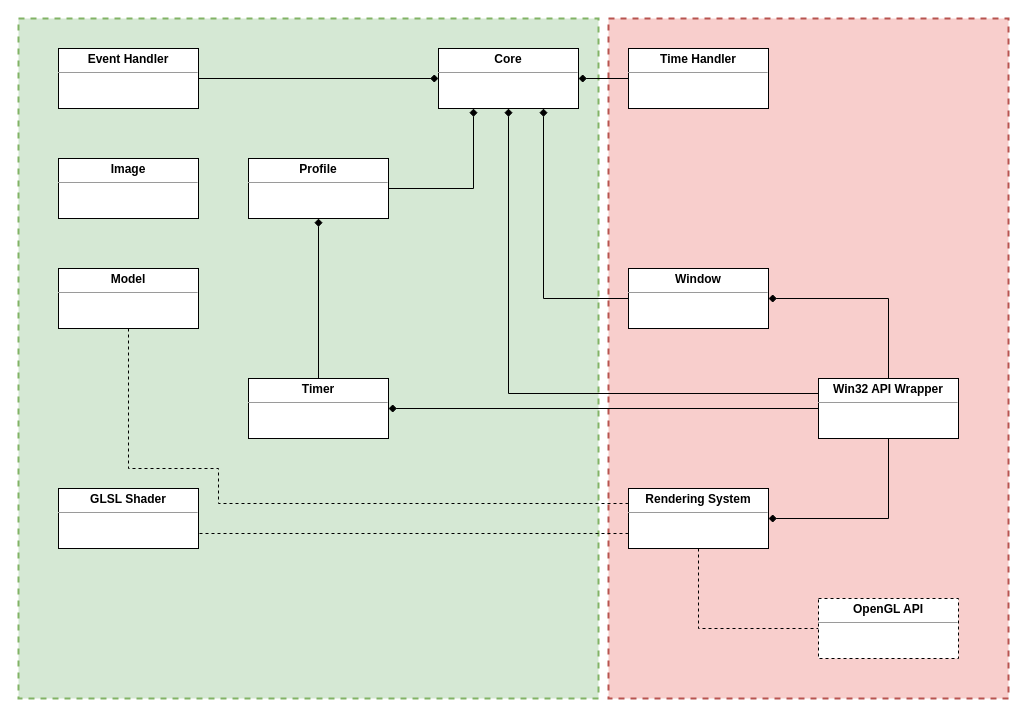
Earlier version of the draw.io diagram _docs/k-engine-classes.drawio (Keshizin/k-engine). Source tidied: cells renumbered, new cells numbered last; positions are measured from the earlier drawing's top-left corner, leaving out a move shared by most shapes. Both pictures are drawn from the tidied source at 100%, with x=0, y=0 at pixel (18, 18).
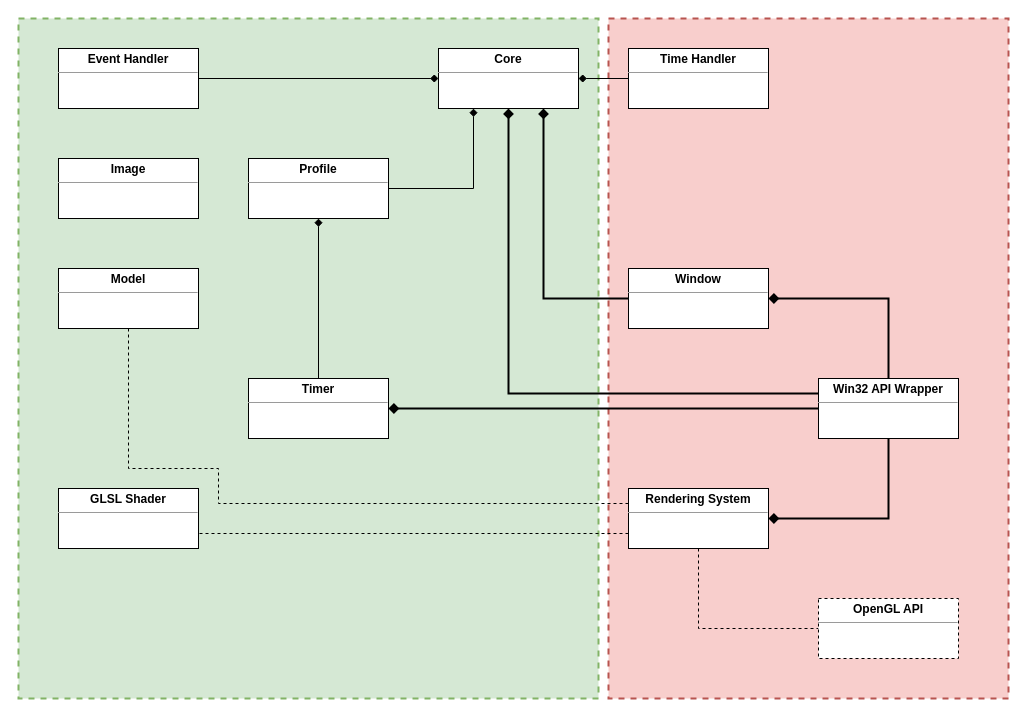
The same page after the edit.

Unchanged cells that the change refers to:
```xml
<mxCell id="4" value="&lt;p style=&quot;margin: 0px ; margin-top: 4px ; text-align: center&quot;&gt;&lt;b&gt;Core&lt;/b&gt;&lt;/p&gt;&lt;hr size=&quot;1&quot;&gt;&lt;div style=&quot;height: 2px&quot;&gt;&lt;/div&gt;" style="verticalAlign=top;align=left;overflow=fill;fontSize=12;fontFamily=Helvetica;html=1;" parent="1" vertex="1">
  <mxGeometry x="420" y="30" width="140" height="60" as="geometry" />
</mxCell>
<mxCell id="6" value="&lt;p style=&quot;margin: 0px ; margin-top: 4px ; text-align: center&quot;&gt;&lt;b&gt;Window&lt;/b&gt;&lt;/p&gt;&lt;hr size=&quot;1&quot;&gt;&lt;div style=&quot;height: 2px&quot;&gt;&lt;/div&gt;" style="verticalAlign=top;align=left;overflow=fill;fontSize=12;fontFamily=Helvetica;html=1;" parent="1" vertex="1">
  <mxGeometry x="610" y="250" width="140" height="60" as="geometry" />
</mxCell>
<mxCell id="9" value="&lt;p style=&quot;margin: 0px ; margin-top: 4px ; text-align: center&quot;&gt;&lt;b&gt;Win32 API Wrapper&lt;/b&gt;&lt;/p&gt;&lt;hr size=&quot;1&quot;&gt;&lt;div style=&quot;height: 2px&quot;&gt;&lt;/div&gt;" style="verticalAlign=top;align=left;overflow=fill;fontSize=12;fontFamily=Helvetica;html=1;" parent="1" vertex="1">
  <mxGeometry x="800" y="360" width="140" height="60" as="geometry" />
</mxCell>
<mxCell id="13" value="&lt;p style=&quot;margin: 0px ; margin-top: 4px ; text-align: center&quot;&gt;&lt;b&gt;Rendering System&lt;/b&gt;&lt;/p&gt;&lt;hr size=&quot;1&quot;&gt;&lt;div style=&quot;height: 2px&quot;&gt;&lt;/div&gt;" style="verticalAlign=top;align=left;overflow=fill;fontSize=12;fontFamily=Helvetica;html=1;" parent="1" vertex="1">
  <mxGeometry x="610" y="470" width="140" height="60" as="geometry" />
</mxCell>
<mxCell id="17" value="&lt;p style=&quot;margin: 0px ; margin-top: 4px ; text-align: center&quot;&gt;&lt;b&gt;Timer&lt;/b&gt;&lt;/p&gt;&lt;hr size=&quot;1&quot;&gt;&lt;div style=&quot;height: 2px&quot;&gt;&lt;/div&gt;" style="verticalAlign=top;align=left;overflow=fill;fontSize=12;fontFamily=Helvetica;html=1;" parent="1" vertex="1">
  <mxGeometry x="230" y="360" width="140" height="60" as="geometry" />
</mxCell>
```

The edit, as a diff of the source:
```diff
@@
-    <mxCell id="5" style="edgeStyle=orthogonalEdgeStyle;rounded=0;jettySize=auto;html=1;endArrow=diamond;endFill=1;entryX=0.75;entryY=1;entryDx=0;entryDy=0;" parent="1" edge="1" source="6" target="4">
+    <mxCell id="5" style="edgeStyle=orthogonalEdgeStyle;rounded=0;jettySize=auto;html=1;endArrow=diamond;endFill=1;entryX=0.75;entryY=1;entryDx=0;entryDy=0;strokeWidth=2;" parent="1" edge="1" source="6" target="4">
       <mxGeometry relative="1" as="geometry" />
     </mxCell>
@@
-    <mxCell id="7" style="edgeStyle=orthogonalEdgeStyle;rounded=0;jettySize=auto;html=1;endArrow=diamond;endFill=1;exitX=0;exitY=0.25;exitDx=0;exitDy=0;entryX=0.5;entryY=1;entryDx=0;entryDy=0;" parent="1" edge="1" source="9" target="4">
+    <mxCell id="7" style="edgeStyle=orthogonalEdgeStyle;rounded=0;jettySize=auto;html=1;endArrow=diamond;endFill=1;exitX=0;exitY=0.25;exitDx=0;exitDy=0;entryX=0.5;entryY=1;entryDx=0;entryDy=0;strokeWidth=2;" parent="1" edge="1" source="9" target="4">
       <mxGeometry relative="1" as="geometry" />
     </mxCell>
-    <mxCell id="8" style="edgeStyle=orthogonalEdgeStyle;rounded=0;jettySize=auto;html=1;endArrow=diamond;endFill=1;entryX=1;entryY=0.5;entryDx=0;entryDy=0;exitX=0.5;exitY=1;exitDx=0;exitDy=0;" parent="1" edge="1" source="9" target="13">
+    <mxCell id="8" style="edgeStyle=orthogonalEdgeStyle;rounded=0;jettySize=auto;html=1;endArrow=diamond;endFill=1;entryX=1;entryY=0.5;entryDx=0;entryDy=0;exitX=0.5;exitY=1;exitDx=0;exitDy=0;strokeWidth=2;" parent="1" edge="1" source="9" target="13">
       <mxGeometry relative="1" as="geometry" />
     </mxCell>
@@
-    <mxCell id="18" style="edgeStyle=orthogonalEdgeStyle;rounded=0;jettySize=auto;html=1;endArrow=diamond;endFill=1;exitX=0.5;exitY=0;exitDx=0;exitDy=0;entryX=1;entryY=0.5;entryDx=0;entryDy=0;" parent="1" edge="1" source="9" target="6">
+    <mxCell id="18" style="edgeStyle=orthogonalEdgeStyle;rounded=0;jettySize=auto;html=1;endArrow=diamond;endFill=1;exitX=0.5;exitY=0;exitDx=0;exitDy=0;entryX=1;entryY=0.5;entryDx=0;entryDy=0;strokeWidth=2;" parent="1" edge="1" source="9" target="6">
       <mxGeometry relative="1" as="geometry" />
     </mxCell>
-    <mxCell id="19" style="edgeStyle=orthogonalEdgeStyle;rounded=0;jettySize=auto;html=1;endArrow=none;endFill=0;entryX=0;entryY=0.5;entryDx=0;entryDy=0;startArrow=diamond;startFill=1;exitX=1;exitY=0.5;exitDx=0;exitDy=0;" parent="1" edge="1" source="17" target="9">
+    <mxCell id="19" style="edgeStyle=orthogonalEdgeStyle;rounded=0;jettySize=auto;html=1;endArrow=none;endFill=0;entryX=0;entryY=0.5;entryDx=0;entryDy=0;startArrow=diamond;startFill=1;exitX=1;exitY=0.5;exitDx=0;exitDy=0;strokeWidth=2;" parent="1" edge="1" source="17" target="9">
       <mxGeometry relative="1" as="geometry" />
     </mxCell>
```
